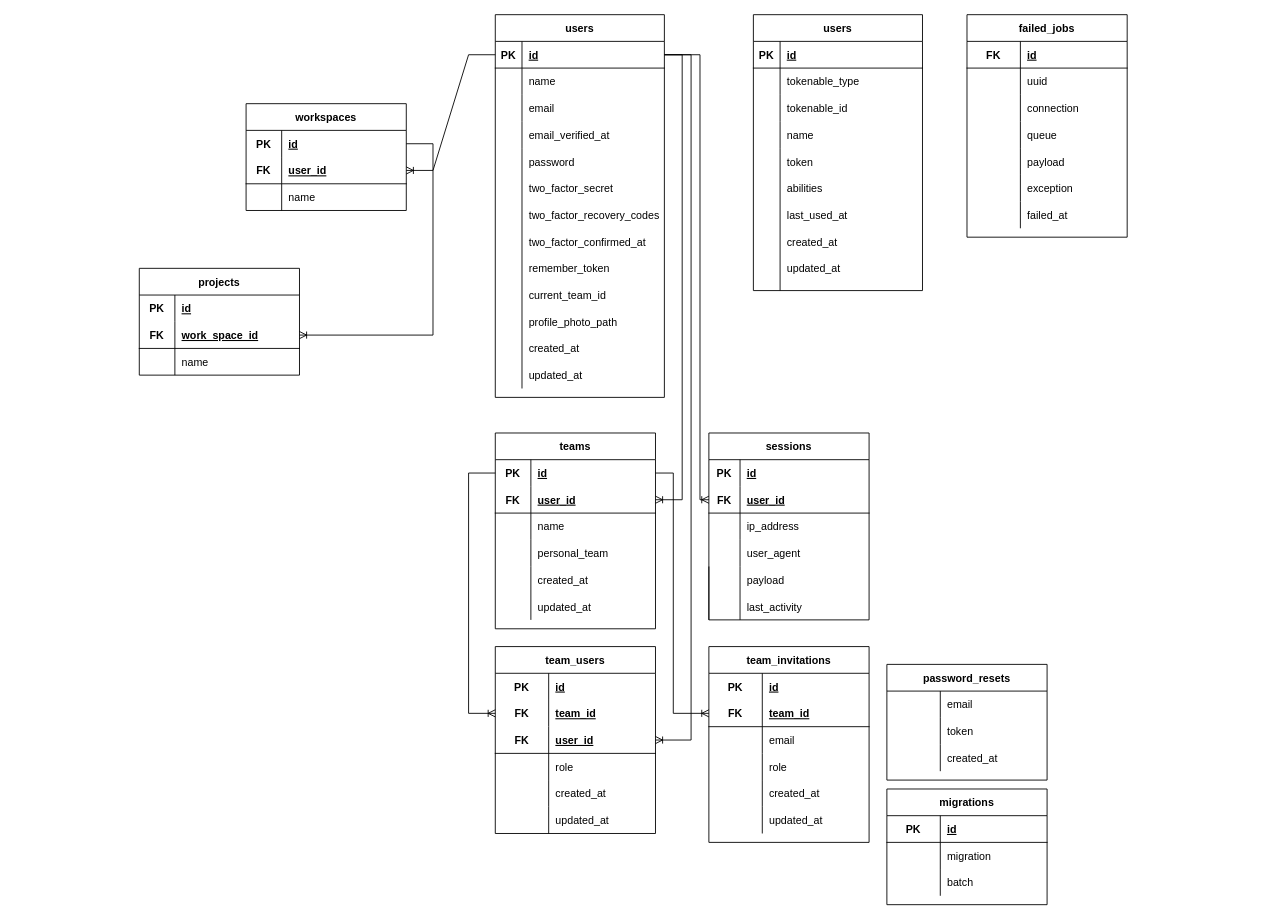
Earlier version of the draw.io diagram BD_MEMLA.drawio (harlock/Diagramas). Source tidied: cells renumbered, new cells numbered last; positions are measured from the earlier drawing's top-left corner, leaving out a move shared by most shapes. Both pictures are drawn from the tidied source at 89%, with x=0, y=0 at pixel (139, 14).
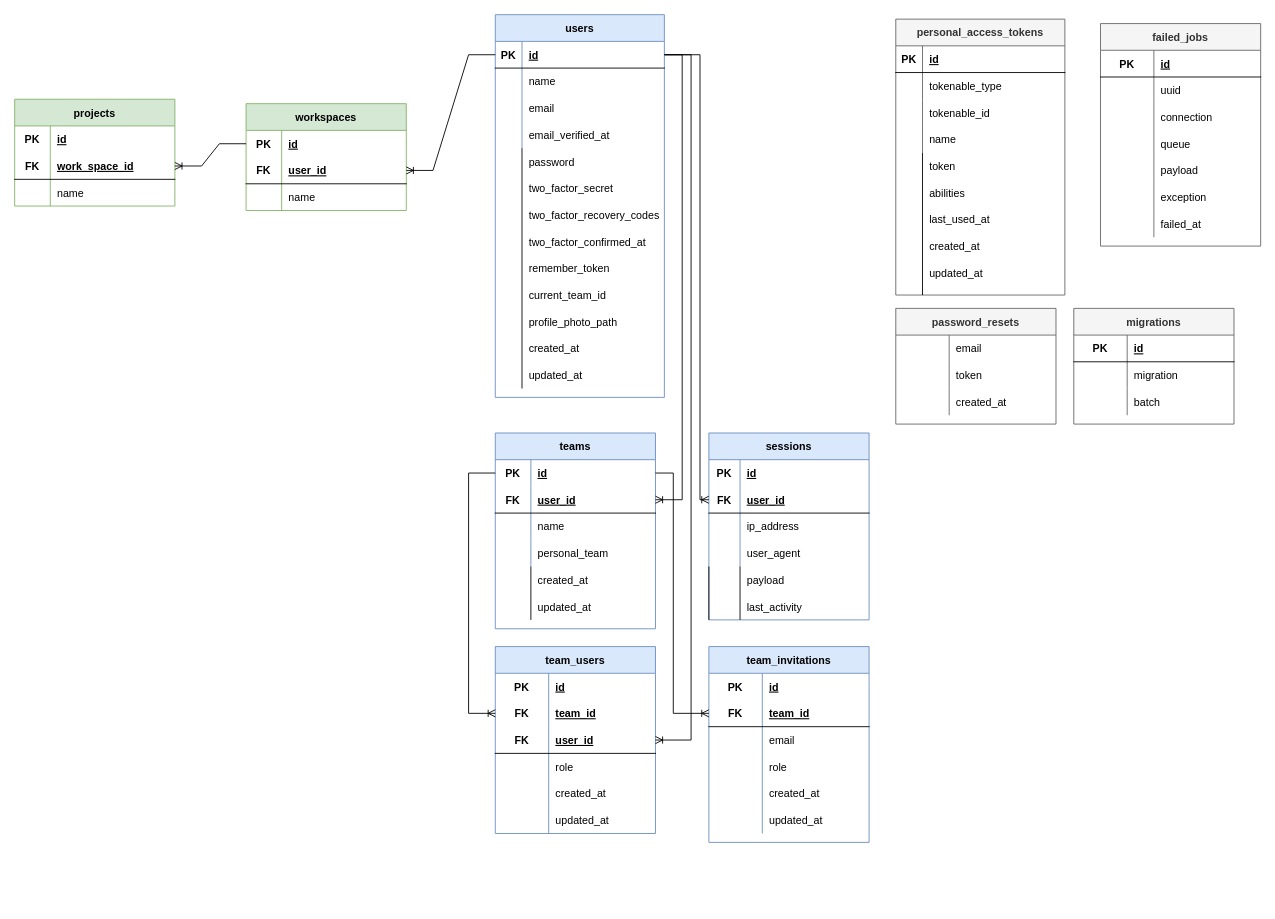
Above is the later version.

The change refers to these unchanged cells:
```xml
<mxCell id="113" style="shape=tableRow;horizontal=0;startSize=0;swimlaneHead=0;swimlaneBody=0;fillColor=none;top=0;left=0;right=0;bottom=1;" parent="112" vertex="1">
  <mxGeometry y="30" width="180" height="30" as="geometry" />
</mxCell>
```

What changed in the source:
```diff
@@
-    <mxCell id="2" value="users" style="shape=table;startSize=30;childLayout=tableLayout;rowLines=0;fontStyle=1;align=center;" parent="1" vertex="1">
+    <mxCell id="2" value="users" style="shape=table;startSize=30;childLayout=tableLayout;rowLines=0;fontStyle=1;align=center;fillColor=#dae8fc;strokeColor=#6c8ebf;" parent="1" vertex="1">
       <mxGeometry x="400" width="190" height="430" as="geometry" />
     </mxCell>
@@
-    <mxCell id="25" value="teams" style="shape=table;startSize=30;childLayout=tableLayout;rowLines=0;fontStyle=1;align=center;" parent="1" vertex="1">
+    <mxCell id="25" value="teams" style="shape=table;startSize=30;childLayout=tableLayout;rowLines=0;fontStyle=1;align=center;fillColor=#dae8fc;strokeColor=#6c8ebf;" parent="1" vertex="1">
       <mxGeometry x="400" y="470" width="180" height="220" as="geometry" />
     </mxCell>
@@
-    <mxCell id="40" value="sessions" style="shape=table;startSize=30;childLayout=tableLayout;rowLines=0;fontStyle=1;align=center;" parent="1" vertex="1">
+    <mxCell id="40" value="sessions" style="shape=table;startSize=30;childLayout=tableLayout;rowLines=0;fontStyle=1;align=center;fillColor=#dae8fc;strokeColor=#6c8ebf;" parent="1" vertex="1">
       <mxGeometry x="640" y="470" width="180" height="210" as="geometry" />
     </mxCell>
@@
-    <mxCell id="54" value="team_users" style="shape=table;startSize=30;childLayout=tableLayout;rowLines=0;fontStyle=1;align=center;" parent="1" vertex="1">
+    <mxCell id="54" value="team_users" style="shape=table;startSize=30;childLayout=tableLayout;rowLines=0;fontStyle=1;align=center;fillColor=#dae8fc;strokeColor=#6c8ebf;" parent="1" vertex="1">
       <mxGeometry x="400" y="710" width="180" height="210" as="geometry" />
     </mxCell>
@@
-    <mxCell id="73" value="team_invitations" style="shape=table;startSize=30;childLayout=tableLayout;rowLines=0;fontStyle=1;align=center;" parent="1" vertex="1">
+    <mxCell id="73" value="team_invitations" style="shape=table;startSize=30;childLayout=tableLayout;rowLines=0;fontStyle=1;align=center;fillColor=#dae8fc;strokeColor=#6c8ebf;" parent="1" vertex="1">
       <mxGeometry x="640" y="710" width="180" height="220" as="geometry" />
     </mxCell>
@@
-    <mxCell id="92" value="migrations" style="shape=table;startSize=30;childLayout=tableLayout;rowLines=0;fontStyle=1;align=center;" parent="1" vertex="1">
-      <mxGeometry x="840" y="870" width="180" height="130" as="geometry" />
+    <mxCell id="92" value="migrations" style="shape=table;startSize=30;childLayout=tableLayout;rowLines=0;fontStyle=1;align=center;fillColor=#f5f5f5;fontColor=#333333;strokeColor=#666666;" parent="1" vertex="1">
+      <mxGeometry x="1050" y="330" width="180" height="130" as="geometry" />
     </mxCell>
@@
-    <mxCell id="102" value="password_resets" style="shape=table;startSize=30;childLayout=tableLayout;rowLines=0;fontStyle=1;align=center;" parent="1" vertex="1">
-      <mxGeometry x="840" y="730" width="180" height="130" as="geometry" />
+    <mxCell id="102" value="password_resets" style="shape=table;startSize=30;childLayout=tableLayout;rowLines=0;fontStyle=1;align=center;fillColor=#f5f5f5;fontColor=#333333;strokeColor=#666666;" parent="1" vertex="1">
+      <mxGeometry x="850" y="330" width="180" height="130" as="geometry" />
     </mxCell>
@@
-    <mxCell id="112" value="failed_jobs" style="shape=table;startSize=30;childLayout=tableLayout;rowLines=0;fontStyle=1;align=center;" parent="1" vertex="1">
-      <mxGeometry x="930" width="180" height="250" as="geometry" />
+    <mxCell id="112" value="failed_jobs" style="shape=table;startSize=30;childLayout=tableLayout;rowLines=0;fontStyle=1;align=center;fillColor=#f5f5f5;fontColor=#333333;strokeColor=#666666;" parent="1" vertex="1">
+      <mxGeometry x="1080" y="10" width="180" height="250" as="geometry" />
     </mxCell>
@@
-    <mxCell id="114" value="FK" style="shape=partialRectangle;fillColor=none;top=0;left=0;bottom=0;right=0;fontStyle=1;overflow=hidden;" parent="113" vertex="1">
+    <mxCell id="114" value="PK" style="shape=partialRectangle;fillColor=none;top=0;left=0;bottom=0;right=0;fontStyle=1;overflow=hidden;" parent="113" vertex="1">
       <mxGeometry width="60" height="30" as="geometry" />
     </mxCell>
@@
-    <mxCell id="140" value="users" style="shape=table;startSize=30;childLayout=tableLayout;rowLines=0;fontStyle=1;align=center;" parent="1" vertex="1">
-      <mxGeometry x="690" width="190" height="310" as="geometry" />
+    <mxCell id="140" value="personal_access_tokens" style="shape=table;startSize=30;childLayout=tableLayout;rowLines=0;fontStyle=1;align=center;fillColor=#f5f5f5;fontColor=#333333;strokeColor=#666666;" parent="1" vertex="1">
+      <mxGeometry x="850" y="5" width="190" height="310" as="geometry" />
     </mxCell>
@@
     <mxCell id="154" style="line;strokeWidth=1;dashed=0;labelPosition=right;align=left;verticalAlign=middle;spacingTop=0;spacingLeft=6;direction=south;" parent="1" vertex="1">
-      <mxGeometry x="710" y="150" width="20" height="160" as="geometry" />
+      <mxGeometry x="870" y="155" width="20" height="160" as="geometry" />
     </mxCell>
@@
     <mxCell id="156" value="token" style="shape=partialRectangle;fillColor=none;top=0;left=0;bottom=0;right=0;align=left;spacingLeft=6;overflow=hidden;" parent="1" vertex="1">
-      <mxGeometry x="720" y="150" width="150" height="30" as="geometry" />
+      <mxGeometry x="880" y="155" width="150" height="30" as="geometry" />
     </mxCell>
     <mxCell id="157" value="abilities" style="shape=partialRectangle;fillColor=none;top=0;left=0;bottom=0;right=0;align=left;spacingLeft=6;overflow=hidden;" parent="1" vertex="1">
-      <mxGeometry x="720" y="180" width="150" height="30" as="geometry" />
+      <mxGeometry x="880" y="185" width="150" height="30" as="geometry" />
     </mxCell>
     <mxCell id="158" value="last_used_at" style="shape=partialRectangle;fillColor=none;top=0;left=0;bottom=0;right=0;align=left;spacingLeft=6;overflow=hidden;" parent="1" vertex="1">
-      <mxGeometry x="720" y="210" width="160" height="30" as="geometry" />
+      <mxGeometry x="880" y="215" width="160" height="30" as="geometry" />
     </mxCell>
     <mxCell id="159" value="created_at" style="shape=partialRectangle;fillColor=none;top=0;left=0;bottom=0;right=0;align=left;spacingLeft=6;overflow=hidden;" parent="1" vertex="1">
-      <mxGeometry x="720" y="240" width="150" height="30" as="geometry" />
+      <mxGeometry x="880" y="245" width="150" height="30" as="geometry" />
     </mxCell>
     <mxCell id="160" value="updated_at" style="shape=partialRectangle;fillColor=none;top=0;left=0;bottom=0;right=0;align=left;spacingLeft=6;overflow=hidden;" parent="1" vertex="1">
-      <mxGeometry x="720" y="270" width="150" height="30" as="geometry" />
+      <mxGeometry x="880" y="275" width="150" height="30" as="geometry" />
     </mxCell>
@@
-    <mxCell id="162" value="workspaces" style="shape=table;startSize=30;childLayout=tableLayout;rowLines=0;fontStyle=1;align=center;" parent="1" vertex="1">
+    <mxCell id="162" value="workspaces" style="shape=table;startSize=30;childLayout=tableLayout;rowLines=0;fontStyle=1;align=center;fillColor=#d5e8d4;strokeColor=#82b366;" parent="1" vertex="1">
       <mxGeometry x="120" y="100" width="180" height="120" as="geometry" />
     </mxCell>
@@
-    <mxCell id="173" value="projects" style="shape=table;startSize=30;childLayout=tableLayout;rowLines=0;fontStyle=1;align=center;" parent="1" vertex="1">
-      <mxGeometry y="285" width="180" height="120" as="geometry" />
+    <mxCell id="173" value="projects" style="shape=table;startSize=30;childLayout=tableLayout;rowLines=0;fontStyle=1;align=center;fillColor=#d5e8d4;strokeColor=#82b366;" parent="1" vertex="1">
+      <mxGeometry x="-140" y="95" width="180" height="120" as="geometry" />
     </mxCell>
```
